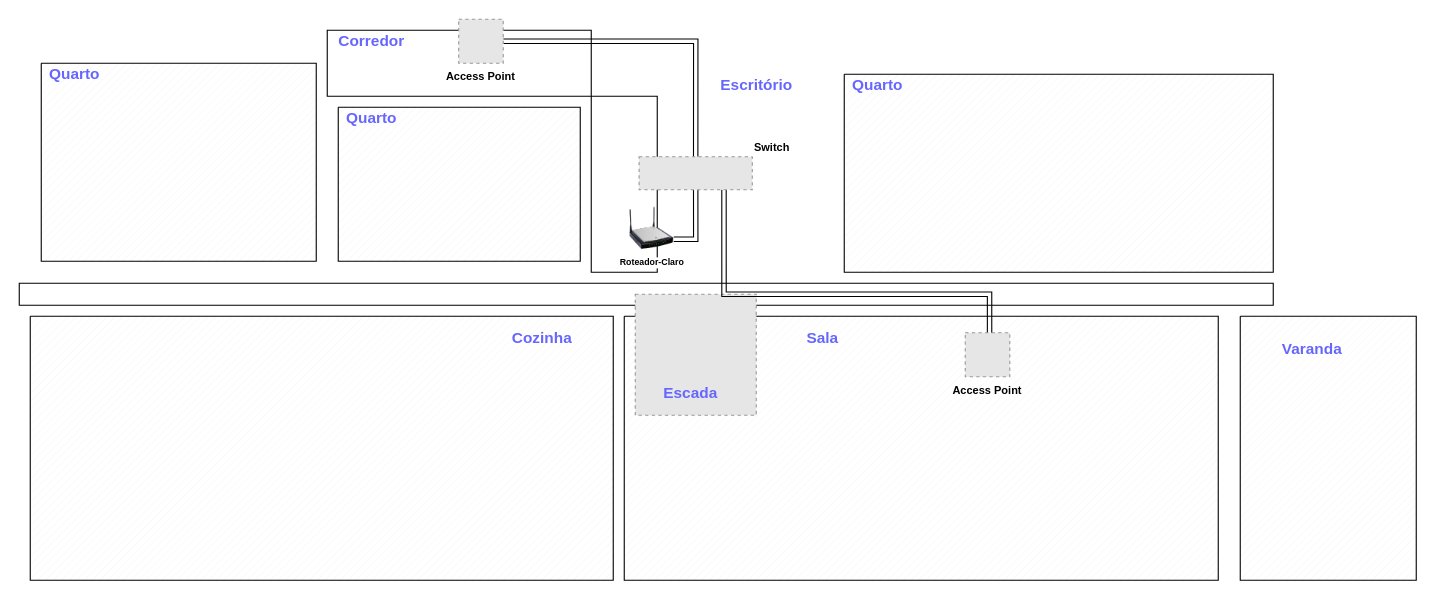
This is Rede Casa Fernando.drawio from jonas-santiago/FernandoCasa, a draw.io file, before an edit. Source tidied: cells renumbered, new cells numbered last; positions are measured from the earlier drawing's top-left corner, leaving out a move shared by most shapes. Both pictures are drawn from the tidied source at 110%, with x=0, y=0 at pixel (19, 19). Pictures stored in the file or linked from it are replaced by grey dashed boxes.
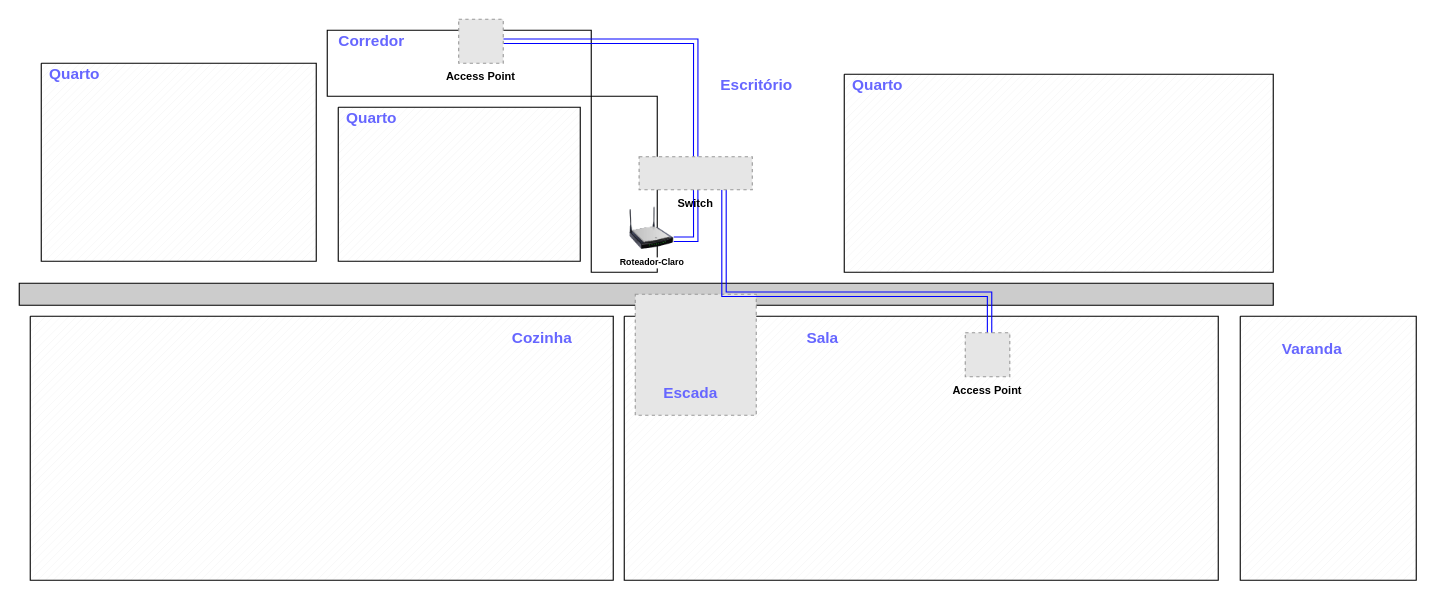
After the change.

The change refers to these unchanged cells:
```xml
<mxCell id="2" style="verticalLabelPosition=bottom;verticalAlign=top;html=1;shape=mxgraph.basic.patternFillRect;fillStyle=diag;step=5;fillStrokeWidth=0.2;fillStrokeColor=#dddddd;" parent="1" vertex="1">
  <mxGeometry x="550" y="270" width="540" height="240" as="geometry" />
</mxCell>
<mxCell id="22" value="Roteador-Claro" style="image;html=1;image=img/lib/clip_art/networking/Wireless_Router_N_128x128.png;fontSize=8;fontStyle=1;" parent="1" vertex="1">
  <mxGeometry x="555" y="170" width="40" height="40" as="geometry" />
</mxCell>
<mxCell id="26" value="Access Point" style="fillColor=#E6E6E6;strokeColor=#999999;dashed=1;verticalLabelPosition=bottom;verticalAlign=top;fontSize=10;fontStyle=1;" parent="1" vertex="1">
  <mxGeometry x="399.5" width="40.5" height="40" as="geometry" />
</mxCell>
```

The edit, as a diff of the source:
```diff
@@
-    <mxCell id="7" style="verticalLabelPosition=bottom;verticalAlign=top;html=1;shape=mxgraph.basic.rect;fillColor2=none;strokeWidth=1;size=20;indent=5;" parent="1" vertex="1">
+    <mxCell id="7" style="verticalLabelPosition=bottom;verticalAlign=top;html=1;shape=mxgraph.basic.rect;fillColor2=none;strokeWidth=1;size=20;indent=5;fillColor=#CCCCCC;" parent="1" vertex="1">
       <mxGeometry y="240" width="1140" height="20" as="geometry" />
     </mxCell>
@@
-    <mxCell id="21" style="edgeStyle=orthogonalEdgeStyle;shape=link;rounded=0;jettySize=auto;html=1;exitX=1;exitY=0.75;exitDx=0;exitDy=0;entryX=0.5;entryY=1;entryDx=0;entryDy=0;fontSize=10;fontColor=#000000;" parent="1" edge="1" source="22" target="25">
+    <mxCell id="21" style="edgeStyle=orthogonalEdgeStyle;shape=link;rounded=0;jettySize=auto;html=1;exitX=1;exitY=0.75;exitDx=0;exitDy=0;entryX=0.5;entryY=1;entryDx=0;entryDy=0;fontSize=10;fontColor=#000000;strokeColor=#0000FF;" parent="1" edge="1" source="22" target="25">
       <mxGeometry relative="1" as="geometry" />
     </mxCell>
@@
-    <mxCell id="23" style="edgeStyle=orthogonalEdgeStyle;shape=link;rounded=0;jettySize=auto;html=1;exitX=0.5;exitY=0;exitDx=0;exitDy=0;fontSize=10;fontColor=#000000;" parent="1" edge="1" source="25" target="26">
+    <mxCell id="23" style="edgeStyle=orthogonalEdgeStyle;shape=link;rounded=0;jettySize=auto;html=1;exitX=0.5;exitY=0;exitDx=0;exitDy=0;fontSize=10;labelBorderColor=#000000;labelBackgroundColor=#0000FF;strokeColor=#0000FF;" parent="1" edge="1" source="25" target="26">
       <mxGeometry relative="1" as="geometry">
         <Array as="points">
           <mxPoint x="615" y="20" />
         </Array>
       </mxGeometry>
     </mxCell>
-    <mxCell id="24" style="edgeStyle=orthogonalEdgeStyle;shape=link;rounded=0;jettySize=auto;html=1;exitX=0.75;exitY=1;exitDx=0;exitDy=0;entryX=0.615;entryY=0.206;entryDx=0;entryDy=0;entryPerimeter=0;fontSize=10;fontColor=#000000;" parent="1" edge="1" source="25" target="2">
+    <mxCell id="24" style="edgeStyle=orthogonalEdgeStyle;shape=link;rounded=0;jettySize=auto;html=1;exitX=0.75;exitY=1;exitDx=0;exitDy=0;entryX=0.615;entryY=0.206;entryDx=0;entryDy=0;entryPerimeter=0;fontSize=10;fontColor=#000000;strokeColor=#0000FF;" parent="1" edge="1" source="25" target="2">
       <mxGeometry relative="1" as="geometry">
         <Array as="points">
           <mxPoint x="641" y="250" />
           <mxPoint x="882" y="250" />
         </Array>
       </mxGeometry>
     </mxCell>
-    <mxCell id="25" value="Switch" style="fillColor=#E6E6E6;strokeColor=#999999;dashed=1;verticalLabelPosition=top;verticalAlign=bottom;fontSize=10;fontStyle=1;labelPosition=right;align=left;" parent="1" vertex="1">
+    <mxCell id="25" value="Switch" style="fillColor=#E6E6E6;strokeColor=#999999;dashed=1;verticalLabelPosition=bottom;verticalAlign=top;fontSize=10;fontStyle=1;labelPosition=center;align=center;" parent="1" vertex="1">
       <mxGeometry x="563.5" y="125" width="102.9" height="30" as="geometry" />
     </mxCell>
```
